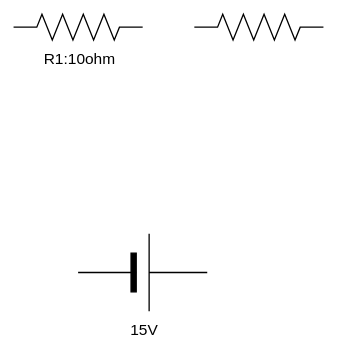
Above: GS_Mecatronica/2º Año/Sistemas eléctricos y electrónicos/Corriente continua/Ejercicios/Untitled Diagram 1.svg in recio24/Obsidian-vault (draw.io), before the change. Source tidied: cells renumbered, new cells last; positions are measured from the earlier drawing's top-left corner, leaving out a move shared by most shapes.
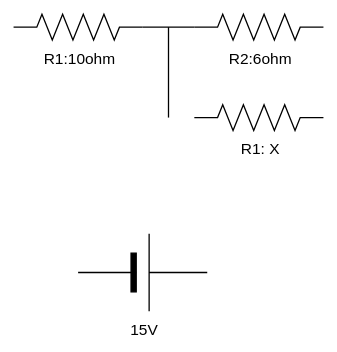
Later version of the same file.

Commit message:
vault backup: 2025-11-05 11:33:15

What changed in the source:
```diff
@@ -8,8 +8,20 @@
     <mxCell id="3" value="R1:10ohm" style="verticalLabelPosition=bottom;shadow=0;dashed=0;align=center;html=1;verticalAlign=top;shape=mxgraph.electrical.resistors.resistor_2;" parent="1" vertex="1">
       <mxGeometry width="100" height="20" as="geometry" />
     </mxCell>
-    <mxCell id="4" style="verticalLabelPosition=bottom;shadow=0;dashed=0;align=center;html=1;verticalAlign=top;shape=mxgraph.electrical.resistors.resistor_2;" parent="1" vertex="1">
+    <mxCell id="4" value="R2:6ohm" style="verticalLabelPosition=bottom;shadow=0;dashed=0;align=center;html=1;verticalAlign=top;shape=mxgraph.electrical.resistors.resistor_2;" parent="1" vertex="1">
       <mxGeometry x="140" width="100" height="20" as="geometry" />
     </mxCell>
+    <mxCell id="5" value="R1: X" style="verticalLabelPosition=bottom;shadow=0;dashed=0;align=center;html=1;verticalAlign=top;shape=mxgraph.electrical.resistors.resistor_2;" parent="1" vertex="1">
+      <mxGeometry x="140" y="70" width="100" height="20" as="geometry" />
+    </mxCell>
+    <mxCell id="6" style="endArrow=none;html=1;entryX=0;entryY=0.5;entryDx=0;entryDy=0;entryPerimeter=0;exitX=1;exitY=0.5;exitDx=0;exitDy=0;exitPerimeter=0;" parent="1" edge="1" source="3" target="4">
+      <mxGeometry relative="1" as="geometry" />
+    </mxCell>
+    <mxCell id="7" style="endArrow=none;html=1;" parent="1" edge="1">
+      <mxGeometry relative="1" as="geometry">
+        <mxPoint x="120" y="80" as="sourcePoint" />
+        <mxPoint x="120" y="10" as="targetPoint" />
+      </mxGeometry>
+    </mxCell>
   </root>
 </mxGraphModel>
```
